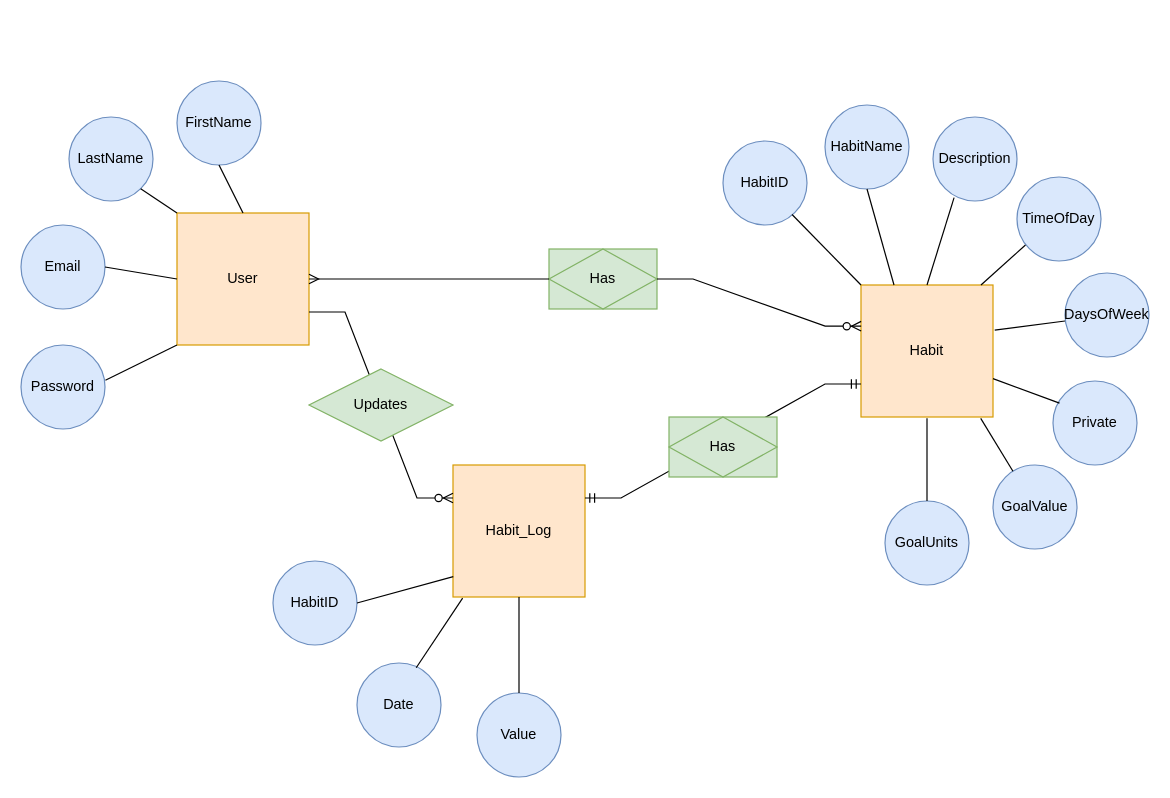
This is Untitled Diagram.drawio from r-butl/habitracked-4, a draw.io file, before an edit. Source tidied: cells renumbered, new cells numbered last; positions are measured from the earlier drawing's top-left corner, leaving out a move shared by most shapes. Both pictures are drawn from the tidied source at 120%, with x=0, y=0 at pixel (20, 80).
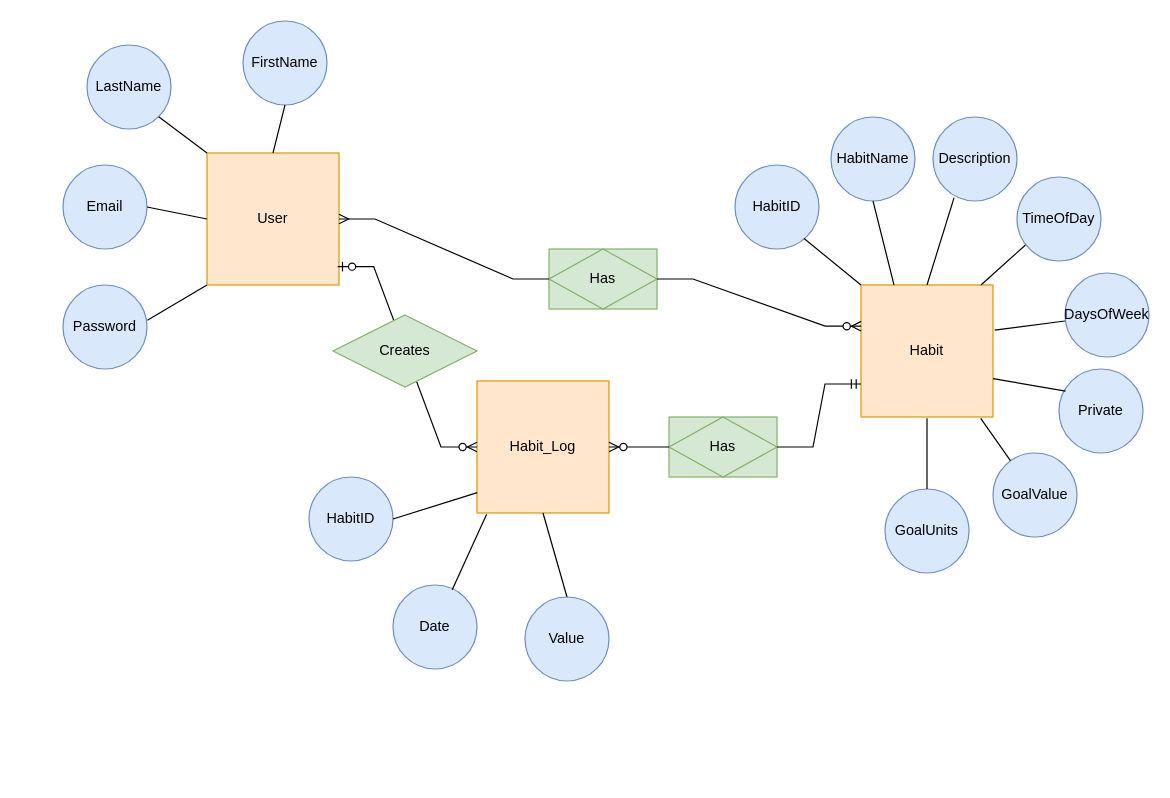
After the change.

The change refers to these unchanged cells:
```xml
<mxCell id="3" value="Habit" style="rounded=0;whiteSpace=wrap;html=1;fillColor=#ffe6cc;strokeColor=#d79b00;" parent="1" vertex="1">
  <mxGeometry x="700" y="170" width="110" height="110" as="geometry" />
</mxCell>
<mxCell id="21" value="Has" style="shape=associativeEntity;whiteSpace=wrap;html=1;align=center;fillColor=#d5e8d4;strokeColor=#82b366;" parent="1" vertex="1">
  <mxGeometry x="540" y="280" width="90" height="50" as="geometry" />
</mxCell>
```

Diff of the diagram source:
```diff
@@
     <mxCell id="2" value="User" style="rounded=0;whiteSpace=wrap;html=1;fillColor=#ffe6cc;strokeColor=#d79b00;" parent="1" vertex="1">
-      <mxGeometry x="130" y="110" width="110" height="110" as="geometry" />
+      <mxGeometry x="155" y="60" width="110" height="110" as="geometry" />
     </mxCell>
@@
     <mxCell id="4" value="HabitName" style="ellipse;whiteSpace=wrap;html=1;fillColor=#dae8fc;strokeColor=#6c8ebf;" parent="1" vertex="1">
-      <mxGeometry x="670" y="20" width="70" height="70" as="geometry" />
+      <mxGeometry x="675" y="30" width="70" height="70" as="geometry" />
     </mxCell>
@@
     <mxCell id="6" value="Habit_Log" style="rounded=0;whiteSpace=wrap;html=1;fillColor=#ffe6cc;strokeColor=#d79b00;" parent="1" vertex="1">
-      <mxGeometry x="360" y="320" width="110" height="110" as="geometry" />
+      <mxGeometry x="380" y="250" width="110" height="110" as="geometry" />
     </mxCell>
@@
     <mxCell id="9" value="Private" style="ellipse;whiteSpace=wrap;html=1;fillColor=#dae8fc;strokeColor=#6c8ebf;" parent="1" vertex="1">
-      <mxGeometry x="860" y="250" width="70" height="70" as="geometry" />
+      <mxGeometry x="865" y="240" width="70" height="70" as="geometry" />
     </mxCell>
     <mxCell id="10" value="GoalValue" style="ellipse;whiteSpace=wrap;html=1;fillColor=#dae8fc;strokeColor=#6c8ebf;" parent="1" vertex="1">
-      <mxGeometry x="810" y="320" width="70" height="70" as="geometry" />
+      <mxGeometry x="810" y="310" width="70" height="70" as="geometry" />
     </mxCell>
     <mxCell id="11" value="GoalUnits" style="ellipse;whiteSpace=wrap;html=1;fillColor=#dae8fc;strokeColor=#6c8ebf;" parent="1" vertex="1">
-      <mxGeometry x="720" y="350" width="70" height="70" as="geometry" />
+      <mxGeometry x="720" y="340" width="70" height="70" as="geometry" />
     </mxCell>
@@
-    <mxCell id="19" style="edgeStyle=entityRelationEdgeStyle;fontSize=12;html=1;endArrow=ERmandOne;startArrow=ERmandOne;rounded=0;entryX=0;entryY=0.75;entryDx=0;entryDy=0;exitX=1;exitY=0.25;exitDx=0;exitDy=0;" parent="1" edge="1" source="6" target="3">
-      <mxGeometry relative="1" as="geometry" />
-    </mxCell>
-    <mxCell id="20" style="edgeStyle=entityRelationEdgeStyle;fontSize=12;html=1;endArrow=ERzeroToMany;endFill=1;rounded=0;exitX=1;exitY=0.75;exitDx=0;exitDy=0;entryX=0;entryY=0.25;entryDx=0;entryDy=0;" parent="1" edge="1" source="2" target="6">
-      <mxGeometry relative="1" as="geometry">
-        <Array as="points">
-          <mxPoint x="380" y="210" />
-          <mxPoint x="460" y="230" />
-          <mxPoint x="370" y="250" />
-        </Array>
-      </mxGeometry>
-    </mxCell>
@@
     <mxCell id="22" value="FirstName" style="ellipse;whiteSpace=wrap;html=1;fillColor=#dae8fc;strokeColor=#6c8ebf;" parent="1" vertex="1">
-      <mxGeometry x="130" width="70" height="70" as="geometry" />
+      <mxGeometry x="185" y="-50" width="70" height="70" as="geometry" />
     </mxCell>
     <mxCell id="23" value="LastName" style="ellipse;whiteSpace=wrap;html=1;fillColor=#dae8fc;strokeColor=#6c8ebf;" parent="1" vertex="1">
-      <mxGeometry x="40" y="30" width="70" height="70" as="geometry" />
+      <mxGeometry x="55" y="-30" width="70" height="70" as="geometry" />
     </mxCell>
     <mxCell id="24" value="Email" style="ellipse;whiteSpace=wrap;html=1;fillColor=#dae8fc;strokeColor=#6c8ebf;" parent="1" vertex="1">
-      <mxGeometry y="120" width="70" height="70" as="geometry" />
+      <mxGeometry x="35" y="70" width="70" height="70" as="geometry" />
     </mxCell>
     <mxCell id="25" value="Password" style="ellipse;whiteSpace=wrap;html=1;fillColor=#dae8fc;strokeColor=#6c8ebf;" parent="1" vertex="1">
-      <mxGeometry y="220" width="70" height="70" as="geometry" />
+      <mxGeometry x="35" y="170" width="70" height="70" as="geometry" />
     </mxCell>
@@
-    <mxCell id="33" value="Updates" style="shape=rhombus;perimeter=rhombusPerimeter;whiteSpace=wrap;html=1;align=center;fillColor=#d5e8d4;strokeColor=#82b366;" parent="1" vertex="1">
-      <mxGeometry x="240" y="240" width="120" height="60" as="geometry" />
-    </mxCell>
     <mxCell id="34" value="HabitID" style="ellipse;whiteSpace=wrap;html=1;fillColor=#dae8fc;strokeColor=#6c8ebf;" parent="1" vertex="1">
-      <mxGeometry x="585" y="50" width="70" height="70" as="geometry" />
+      <mxGeometry x="595" y="70" width="70" height="70" as="geometry" />
     </mxCell>
@@
     <mxCell id="36" value="HabitID" style="ellipse;whiteSpace=wrap;html=1;fillColor=#dae8fc;strokeColor=#6c8ebf;" parent="1" vertex="1">
-      <mxGeometry x="210" y="400" width="70" height="70" as="geometry" />
+      <mxGeometry x="240" y="330" width="70" height="70" as="geometry" />
     </mxCell>
@@
     <mxCell id="38" value="Date" style="ellipse;whiteSpace=wrap;html=1;fillColor=#dae8fc;strokeColor=#6c8ebf;" parent="1" vertex="1">
-      <mxGeometry x="280" y="485" width="70" height="70" as="geometry" />
+      <mxGeometry x="310" y="420" width="70" height="70" as="geometry" />
     </mxCell>
@@
     <mxCell id="40" value="Value" style="ellipse;whiteSpace=wrap;html=1;fillColor=#dae8fc;strokeColor=#6c8ebf;" parent="1" vertex="1">
-      <mxGeometry x="380" y="510" width="70" height="70" as="geometry" />
+      <mxGeometry x="420" y="430" width="70" height="70" as="geometry" />
     </mxCell>
@@
+    <mxCell id="42" style="edgeStyle=entityRelationEdgeStyle;fontSize=12;html=1;endArrow=ERmandOne;rounded=0;entryX=0;entryY=0.75;entryDx=0;entryDy=0;exitX=1;exitY=0.5;exitDx=0;exitDy=0;" parent="1" edge="1" source="21" target="3">
+      <mxGeometry relative="1" as="geometry" />
+    </mxCell>
+    <mxCell id="43" style="edgeStyle=entityRelationEdgeStyle;fontSize=12;html=1;endArrow=ERzeroToMany;endFill=1;rounded=0;entryX=1;entryY=0.5;entryDx=0;entryDy=0;exitX=0;exitY=0.5;exitDx=0;exitDy=0;" parent="1" edge="1" source="21" target="6">
+      <mxGeometry relative="1" as="geometry" />
+    </mxCell>
+    <mxCell id="20" style="edgeStyle=entityRelationEdgeStyle;fontSize=12;html=1;endArrow=ERzeroToMany;startArrow=ERzeroToOne;rounded=0;exitX=0.99;exitY=0.861;exitDx=0;exitDy=0;entryX=0;entryY=0.5;entryDx=0;entryDy=0;exitPerimeter=0;" parent="1" edge="1" source="2" target="6">
+      <mxGeometry relative="1" as="geometry">
+        <Array as="points">
+          <mxPoint x="215" y="200" />
+        </Array>
+      </mxGeometry>
+    </mxCell>
+    <mxCell id="44" value="Creates" style="shape=rhombus;perimeter=rhombusPerimeter;whiteSpace=wrap;html=1;align=center;fillColor=#d5e8d4;strokeColor=#82b366;" parent="1" vertex="1">
+      <mxGeometry x="260" y="195" width="120" height="60" as="geometry" />
+    </mxCell>
```
